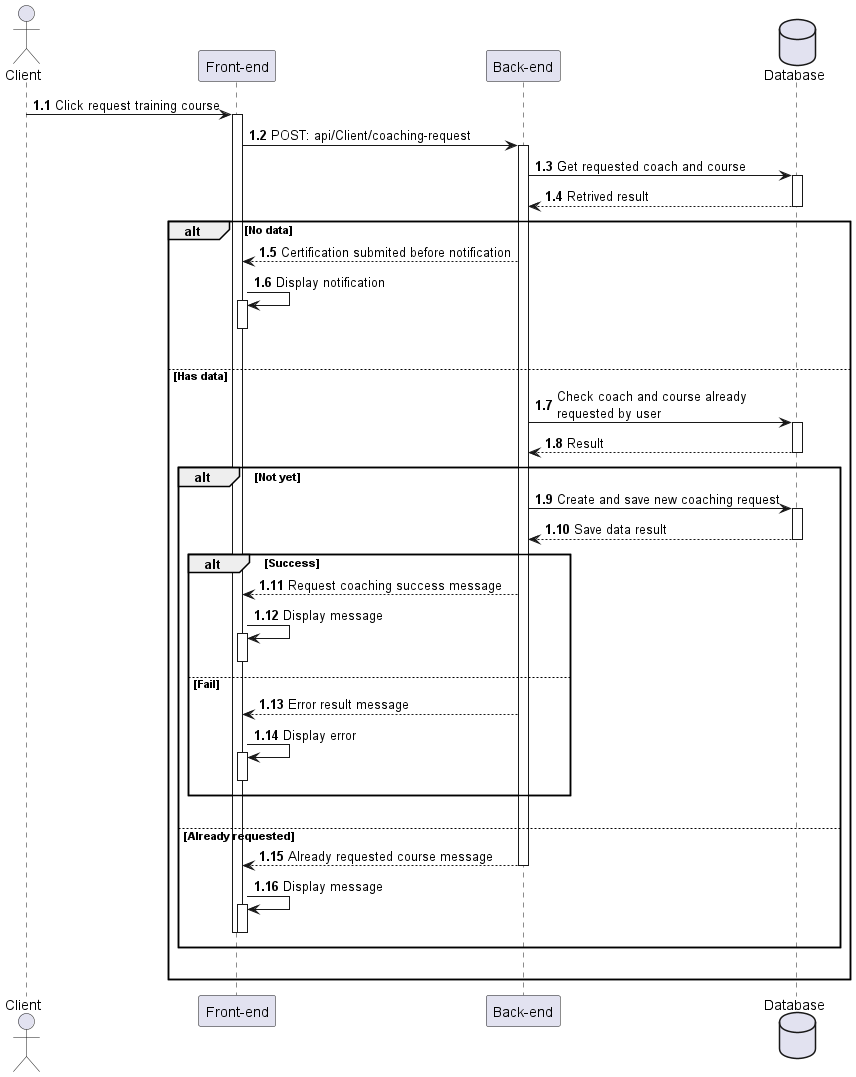
Earlier version of the PlantUML export out/Sequences_diagrams/RequestCoaching/RequestCoaching.png (HTPhong-276/iCoaching-Diagrams). Source of this version:
```plantuml
@startuml RequestCoaching
actor Client as user
participant "Front-end" as client
participant "Back-end" as server
database "Database" as db

autonumber 1.1 "<b>0:"

user -> client++ : Click request training course
client -> server++ : POST: api/Client/coaching-request
server -> db++ : Get requested coach and course
db --> server : Retrived result
deactivate

alt No data
    server --> client : Certification submited before notification
    client -> client ++: Display notification
    deactivate
    |||
else Has data
    server -> db++ : Check coach and course already\nrequested by user
    db --> server : Result
    deactivate

    alt Not yet
        server -> db++ : Create and save new coaching request
        db --> server : Save data result
        deactivate
        alt Success
            server --> client : Request coaching success message
            client -> client++ : Display message
            deactivate
        else Fail
            server --> client : Error result message
            client -> client++ : Display error
            deactivate
        end
        |||
    else Already requested
        server --> client : Already requested course message
        deactivate
        client -> client++ : Display message
        deactivate
        deactivate
    end

    |||
end
@enduml
```
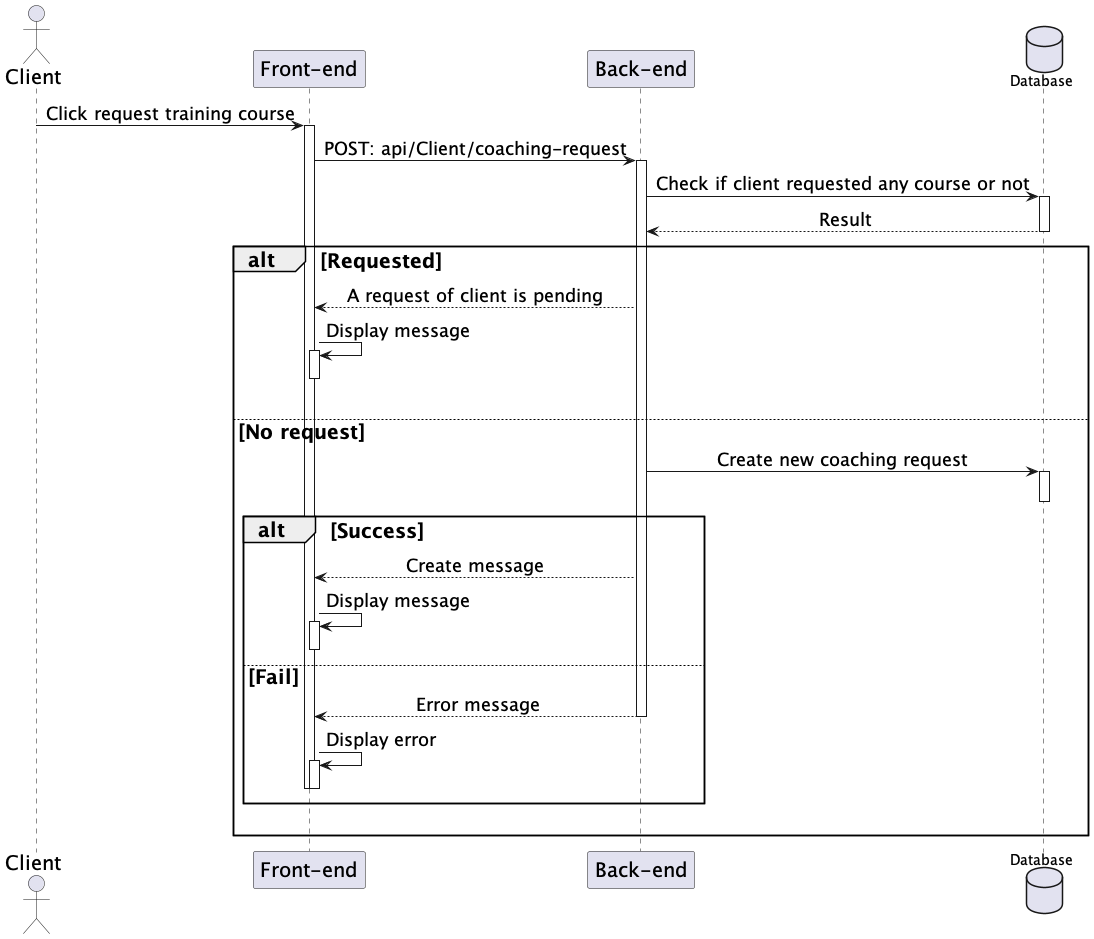
The same file after the commit.

Change to the diagram source:
```diff
@@ -1,49 +1,44 @@
 @startuml RequestCoaching
+skinparam sequenceMessageAlign center
+skinparam sequenceGroupFontSize 20
+skinparam sequenceGroupHeaderFontSize 20
+skinparam sequence {
+    ParticipantFontSize 20
+    ActorFontSize 20
+    DatabaseFontSize 20
+    ArrowFontSize 18
+}
 actor Client as user
 participant "Front-end" as client
 participant "Back-end" as server
 database "Database" as db
 
-autonumber 1.1 "<b>0:"
-
 user -> client++ : Click request training course
 client -> server++ : POST: api/Client/coaching-request
-server -> db++ : Get requested coach and course
-db --> server : Retrived result
+server -> db++ : Check if client requested any course or not
+db --> server : Result
 deactivate
 
-alt No data
-    server --> client : Certification submited before notification
-    client -> client ++: Display notification
+alt Requested
+    server --> client : A request of client is pending
+    client -> client ++: Display message
     deactivate
     |||
-else Has data
-    server -> db++ : Check coach and course already\nrequested by user
-    db --> server : Result
+else No request
+
+    server -> db++ : Create new coaching request
     deactivate
-
-    alt Not yet
-        server -> db++ : Create and save new coaching request
-        db --> server : Save data result
+    alt Success
+        server --> client : Create message
+        client -> client++ : Display message
         deactivate
-        alt Success
-            server --> client : Request coaching success message
-            client -> client++ : Display message
-            deactivate
-        else Fail
-            server --> client : Error result message
-            client -> client++ : Display error
-            deactivate
-        end
-        |||
-    else Already requested
-        server --> client : Already requested course message
+    else Fail
+        server --> client : Error message
         deactivate
-        client -> client++ : Display message
+        client -> client++ : Display error
         deactivate
         deactivate
     end
-
     |||
 end
 @enduml
```
